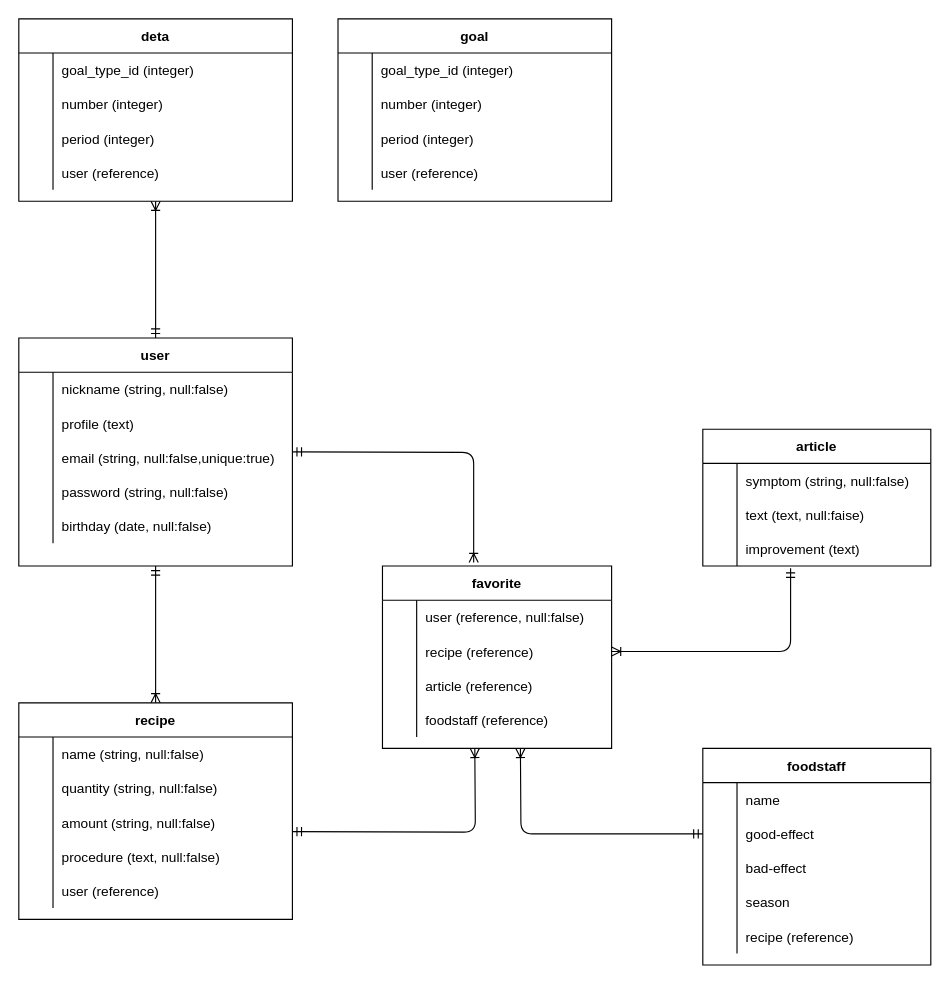
Above: health-care.dio in yabuuuu/health-care35981 (draw.io), before the change. Source tidied: cells renumbered, new cells numbered last; positions are measured from the earlier drawing's top-left corner, leaving out a move shared by most shapes. Both pictures are drawn from the tidied source at 114%, with x=0, y=0 at pixel (18, 18).
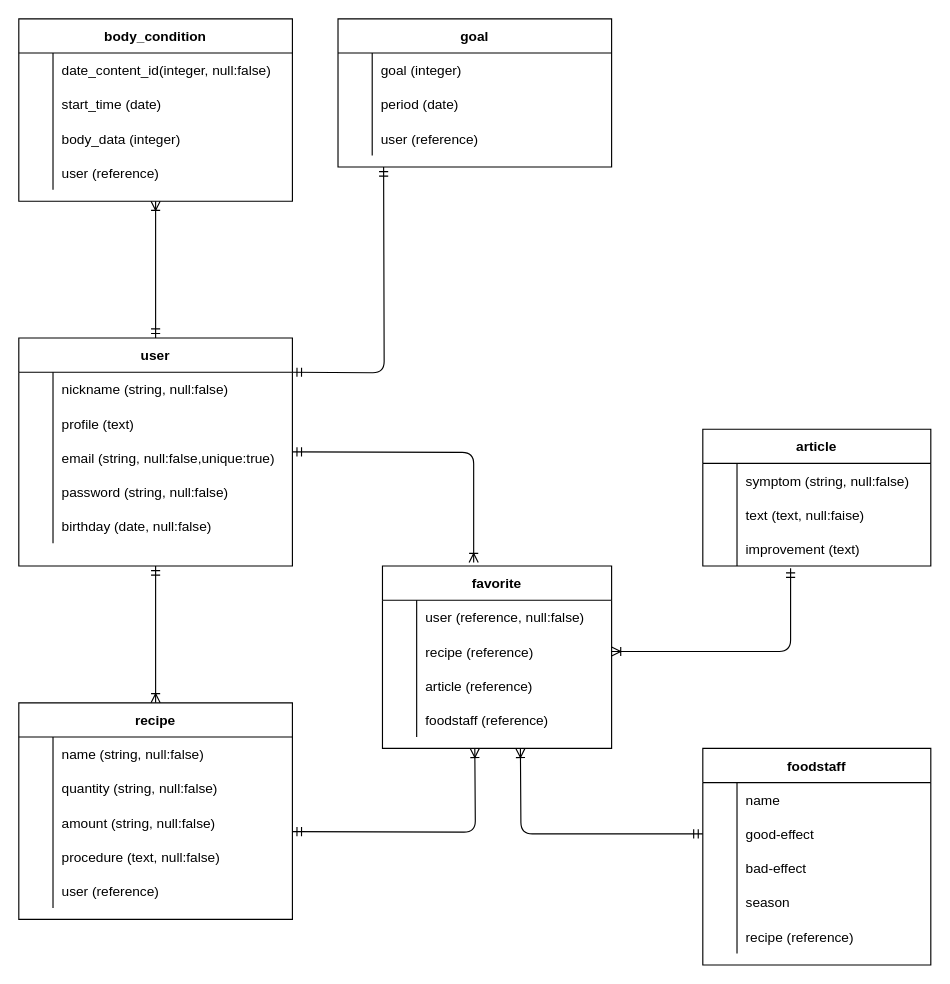
After the change.

The change refers to these unchanged cells:
```xml
<mxCell id="6" style="shape=partialRectangle;fillColor=none;top=0;left=0;bottom=0;right=0;" parent="2" vertex="1">
  <mxGeometry y="60" width="240" height="30" as="geometry" />
</mxCell>
<mxCell id="9" style="shape=partialRectangle;fillColor=none;top=0;left=0;bottom=0;right=0;" parent="2" vertex="1">
  <mxGeometry y="90" width="240" height="30" as="geometry" />
</mxCell>
```

Change to the diagram source:
```diff
@@
-    <mxCell id="2" value="deta" style="shape=table;startSize=30;childLayout=tableLayout;rowLines=0;fontStyle=1;align=center;" parent="1" vertex="1">
+    <mxCell id="2" value="body_condition" style="shape=table;startSize=30;childLayout=tableLayout;rowLines=0;fontStyle=1;align=center;" parent="1" vertex="1">
       <mxGeometry width="240" height="160" as="geometry" />
     </mxCell>
-    <mxCell id="3" style="shape=partialRectangle;fillColor=none;top=0;left=0;bottom=0;right=0;" parent="2" vertex="1">
-      <mxGeometry y="30" width="240" height="30" as="geometry" />
-    </mxCell>
-    <mxCell id="4" style="shape=partialRectangle;fillColor=none;top=0;left=0;bottom=0;right=0;overflow=hidden;" parent="3" vertex="1">
-      <mxGeometry width="30" height="30" as="geometry" />
-    </mxCell>
-    <mxCell id="5" value="goal_type_id (integer)" style="shape=partialRectangle;fillColor=none;top=0;left=0;bottom=0;right=0;align=left;spacingLeft=6;overflow=hidden;" parent="3" vertex="1">
-      <mxGeometry x="30" width="210" height="30" as="geometry" />
-    </mxCell>
+    <mxCell id="105" style="shape=partialRectangle;fillColor=none;top=0;left=0;bottom=0;right=0;" parent="2" vertex="1">
+      <mxGeometry y="30" width="240" height="30" as="geometry" />
+    </mxCell>
+    <mxCell id="106" style="shape=partialRectangle;fillColor=none;top=0;left=0;bottom=0;right=0;overflow=hidden;" parent="105" vertex="1">
+      <mxGeometry width="30" height="30" as="geometry" />
+    </mxCell>
+    <mxCell id="107" value="date_content_id(integer, null:false)" style="shape=partialRectangle;fillColor=none;top=0;left=0;bottom=0;right=0;align=left;spacingLeft=6;overflow=hidden;" parent="105" vertex="1">
+      <mxGeometry x="30" width="210" height="30" as="geometry" />
+    </mxCell>
@@
-    <mxCell id="8" value="number (integer)" style="shape=partialRectangle;fillColor=none;top=0;left=0;bottom=0;right=0;align=left;spacingLeft=6;overflow=hidden;" parent="6" vertex="1">
+    <mxCell id="8" value="start_time (date)" style="shape=partialRectangle;fillColor=none;top=0;left=0;bottom=0;right=0;align=left;spacingLeft=6;overflow=hidden;" parent="6" vertex="1">
       <mxGeometry x="30" width="210" height="30" as="geometry" />
     </mxCell>
@@
-    <mxCell id="11" value="period (integer)" style="shape=partialRectangle;fillColor=none;top=0;left=0;bottom=0;right=0;align=left;spacingLeft=6;overflow=hidden;" parent="9" vertex="1">
+    <mxCell id="11" value="body_data (integer)" style="shape=partialRectangle;fillColor=none;top=0;left=0;bottom=0;right=0;align=left;spacingLeft=6;overflow=hidden;" parent="9" vertex="1">
       <mxGeometry x="30" width="210" height="30" as="geometry" />
     </mxCell>
@@
     <mxCell id="92" value="goal" style="shape=table;startSize=30;childLayout=tableLayout;rowLines=0;fontStyle=1;align=center;" parent="1" vertex="1">
-      <mxGeometry x="280" width="240" height="160" as="geometry" />
+      <mxGeometry x="280" width="240" height="130" as="geometry" />
     </mxCell>
-    <mxCell id="93" style="shape=partialRectangle;fillColor=none;top=0;left=0;bottom=0;right=0;" parent="92" vertex="1">
-      <mxGeometry y="30" width="240" height="30" as="geometry" />
-    </mxCell>
-    <mxCell id="94" style="shape=partialRectangle;fillColor=none;top=0;left=0;bottom=0;right=0;overflow=hidden;" parent="93" vertex="1">
-      <mxGeometry width="30" height="30" as="geometry" />
-    </mxCell>
-    <mxCell id="95" value="goal_type_id (integer)" style="shape=partialRectangle;fillColor=none;top=0;left=0;bottom=0;right=0;align=left;spacingLeft=6;overflow=hidden;" parent="93" vertex="1">
-      <mxGeometry x="30" width="210" height="30" as="geometry" />
-    </mxCell>
     <mxCell id="96" style="shape=partialRectangle;fillColor=none;top=0;left=0;bottom=0;right=0;" parent="92" vertex="1">
-      <mxGeometry y="60" width="240" height="30" as="geometry" />
+      <mxGeometry y="30" width="240" height="30" as="geometry" />
     </mxCell>
@@
-    <mxCell id="98" value="number (integer)" style="shape=partialRectangle;fillColor=none;top=0;left=0;bottom=0;right=0;align=left;spacingLeft=6;overflow=hidden;" parent="96" vertex="1">
+    <mxCell id="98" value="goal (integer)" style="shape=partialRectangle;fillColor=none;top=0;left=0;bottom=0;right=0;align=left;spacingLeft=6;overflow=hidden;" parent="96" vertex="1">
       <mxGeometry x="30" width="210" height="30" as="geometry" />
     </mxCell>
     <mxCell id="99" style="shape=partialRectangle;fillColor=none;top=0;left=0;bottom=0;right=0;" parent="92" vertex="1">
-      <mxGeometry y="90" width="240" height="30" as="geometry" />
+      <mxGeometry y="60" width="240" height="30" as="geometry" />
     </mxCell>
@@
-    <mxCell id="101" value="period (integer)" style="shape=partialRectangle;fillColor=none;top=0;left=0;bottom=0;right=0;align=left;spacingLeft=6;overflow=hidden;" parent="99" vertex="1">
+    <mxCell id="101" value="period (date)" style="shape=partialRectangle;fillColor=none;top=0;left=0;bottom=0;right=0;align=left;spacingLeft=6;overflow=hidden;" parent="99" vertex="1">
       <mxGeometry x="30" width="210" height="30" as="geometry" />
     </mxCell>
     <mxCell id="102" style="shape=partialRectangle;fillColor=none;top=0;left=0;bottom=0;right=0;" parent="92" vertex="1">
-      <mxGeometry y="120" width="240" height="30" as="geometry" />
+      <mxGeometry y="90" width="240" height="30" as="geometry" />
     </mxCell>
@@
+    <mxCell id="108" style="fontSize=12;html=1;endArrow=ERmandOne;startArrow=ERmandOne;edgeStyle=orthogonalEdgeStyle;" parent="1" edge="1">
+      <mxGeometry relative="1" as="geometry">
+        <mxPoint x="240" y="310" as="sourcePoint" />
+        <mxPoint x="320" y="130" as="targetPoint" />
+      </mxGeometry>
+    </mxCell>
```
